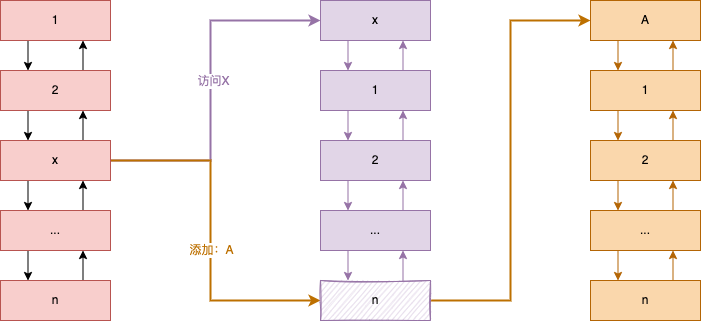
845642761/diagram keeps this draw.io diagram as LRU.png. Above is the earlier version. Source tidied: cells renumbered, new cells last; positions are measured from the earlier drawing's top-left corner, leaving out a move shared by most shapes.
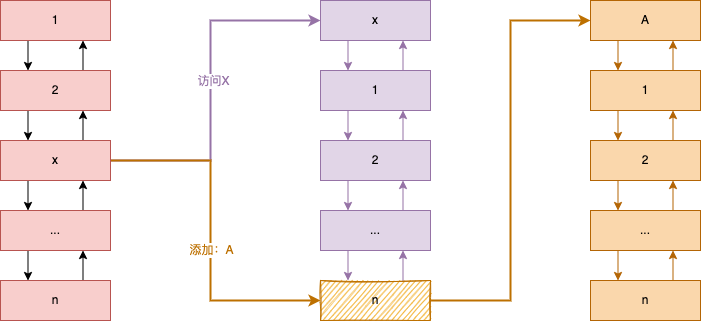
After the commit.

The edit, as a diff of the source:
```diff
@@ -77,7 +77,7 @@
     <mxCell id="22" style="edgeStyle=orthogonalEdgeStyle;rounded=0;jettySize=auto;html=1;entryX=0;entryY=0.5;entryDx=0;entryDy=0;strokeWidth=2;fillColor=#f0a30a;strokeColor=#BD7000;" parent="1" edge="1" source="23" target="34">
       <mxGeometry relative="1" as="geometry" />
     </mxCell>
-    <mxCell id="23" value="n" style="rounded=0;whiteSpace=wrap;html=1;fillColor=#e1d5e7;strokeColor=#9673a6;shadow=0;sketch=1;" parent="1" vertex="1">
+    <mxCell id="23" value="n" style="rounded=0;whiteSpace=wrap;html=1;fillColor=#f0a30a;strokeColor=#BD7000;shadow=0;sketch=1;fontColor=#000000;" parent="1" vertex="1">
       <mxGeometry x="320" y="280" width="110" height="40" as="geometry" />
     </mxCell>
     <mxCell id="24" style="edgeStyle=orthogonalEdgeStyle;rounded=0;jettySize=auto;html=1;exitX=0.75;exitY=0;exitDx=0;exitDy=0;entryX=0.75;entryY=1;entryDx=0;entryDy=0;fillColor=#e1d5e7;strokeColor=#9673a6;" parent="1" edge="1" source="26" target="29">
```
